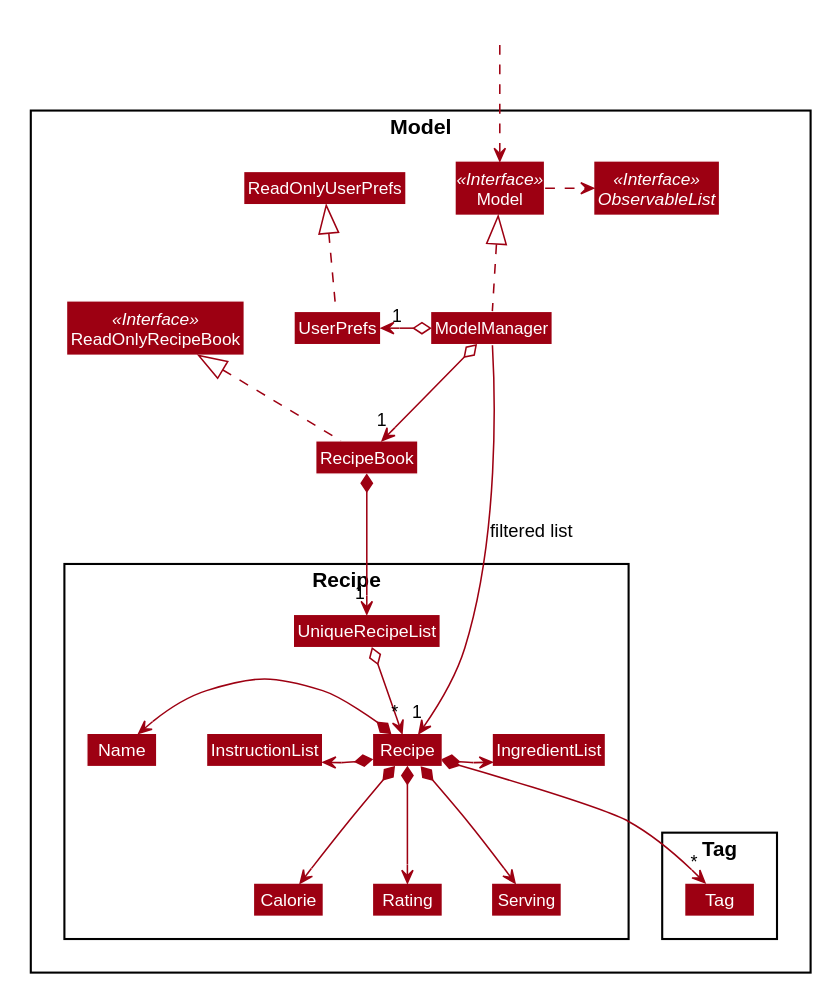
Earlier version of the PlantUML export docs/images/ModelClassDiagram.svg (nus-cs2103-AY1920S2/addressbook-level3).
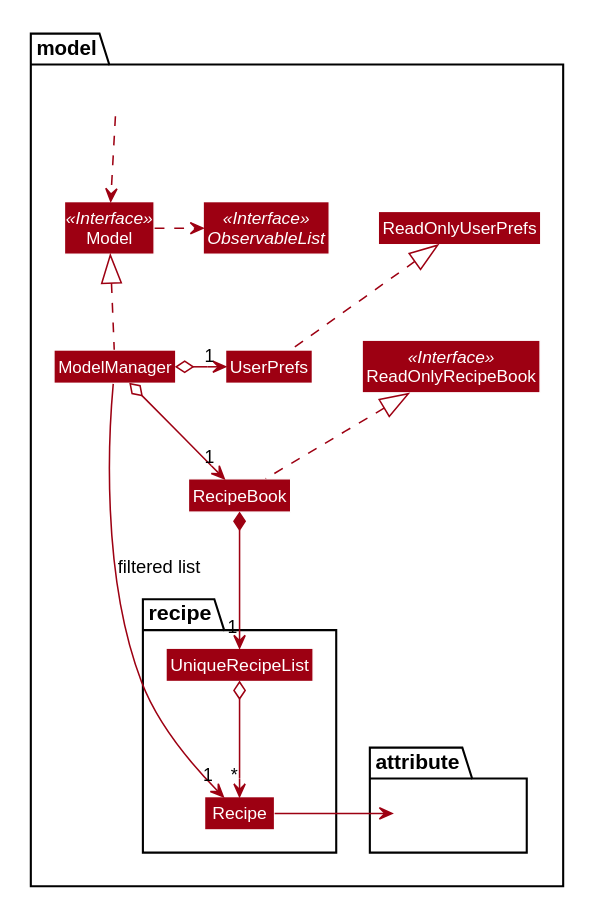
After the change.

The edit, as a diff of the source:
```diff
@@ -16,13 +16,11 @@
     BorderThickness 1
     BorderColor #FFFFFF
     StereotypeFontColor #FFFFFF
-    FontName Arial
 }
 
 skinparam Actor {
     BorderColor #000000
     Color #000000
-    FontName Arial
 }
 
 skinparam Sequence {
@@ -30,7 +28,7 @@
     BoxFontSize 15
     BoxPadding 0
     BoxFontColor #FFFFFF
-    FontName Arial
+    SequenceBoxFontName Segoe UI
 }
 
 skinparam Participant {
@@ -42,7 +40,11 @@
 skinparam ParticipantPadding 10
 skinparam Shadowing false
 skinparam DefaultTextAlignment center
-skinparam packageStyle Rectangle
+skinparam packageStyle Folder
+
+skinparam DefaultFontName Arial
+
+skinparam defaultMonospacedFontName Consolas
 
 hide footbox
 hide members
@@ -51,57 +53,42 @@
 skinparam arrowColor #9D0012
 skinparam classBackgroundColor #9D0012
 
-Package Model <<Rectangle>>{
-Interface ReadOnlyRecipeBook <<Interface>>
-Interface Model <<Interface>>
-Interface ObservableList <<Interface>>
-Class RecipeBook
-Class ReadOnlyRecipeBook
-Class Model
-Class ModelManager
-Class UserPrefs
-Class ReadOnlyUserPrefs
+Package model {
+    Interface ReadOnlyRecipeBook <<Interface>>
+    Interface Model <<Interface>>
+    Interface ObservableList <<Interface>>
+    Class RecipeBook
+    Class ReadOnlyRecipeBook
+    Class Model
+    Class ModelManager
+    Class UserPrefs
+    Class ReadOnlyUserPrefs
 
-Package Recipe {
-Class Calorie
-Class IngredientList
-Class InstructionList
-Class Name
-Class Recipe
-Class Rating
-Class Serving
-Class UniqueRecipeList
+    Package recipe {
+        Class Recipe
+        Class UniqueRecipeList
+    }
+
+    Package attribute {
+        Class HiddenInside #FFFFFF
+    }
+
+    Class HiddenOutside #FFFFFF
+    HiddenOutside ..> Model
+
+    RecipeBook .up.|> ReadOnlyRecipeBook
+
+    ModelManager .up.|> Model
+    Model .right.> ObservableList
+    ModelManager o--> "1" RecipeBook
+    ModelManager o-left-> "1" UserPrefs
+    UserPrefs .up.|> ReadOnlyUserPrefs
+
+    RecipeBook *--> "1" UniqueRecipeList
+    UniqueRecipeList o-down-> "*" Recipe
+
+    Recipe -r-> HiddenInside
+
+    ModelManager -->"1" Recipe : filtered list
 }
-
-Package Tag {
-Class Tag
-}
-}
-
-Class HiddenOutside #FFFFFF
-HiddenOutside ..> Model
-
-RecipeBook .up.|> ReadOnlyRecipeBook
-
-ModelManager .up.|> Model
-Model .right.> ObservableList
-ModelManager o--> "1" RecipeBook
-ModelManager o-left-> "1" UserPrefs
-UserPrefs .up.|> ReadOnlyUserPrefs
-
-RecipeBook *--> "1" UniqueRecipeList
-UniqueRecipeList o--> "*" Recipe
-Recipe *-left-> Name
-Recipe *-left-> InstructionList
-Recipe *-left-> IngredientList
-Recipe *-down-> Calorie
-Recipe *--> Serving
-Recipe *--> Rating
-Recipe *--> "*" Tag
-
-Name -[hidden]right-> InstructionList
-InstructionList -[hidden]right-> Recipe
-Recipe -[hidden]right-> IngredientList
-
-ModelManager -->"1" Recipe : filtered list
-@enduml
+    @enduml
```
